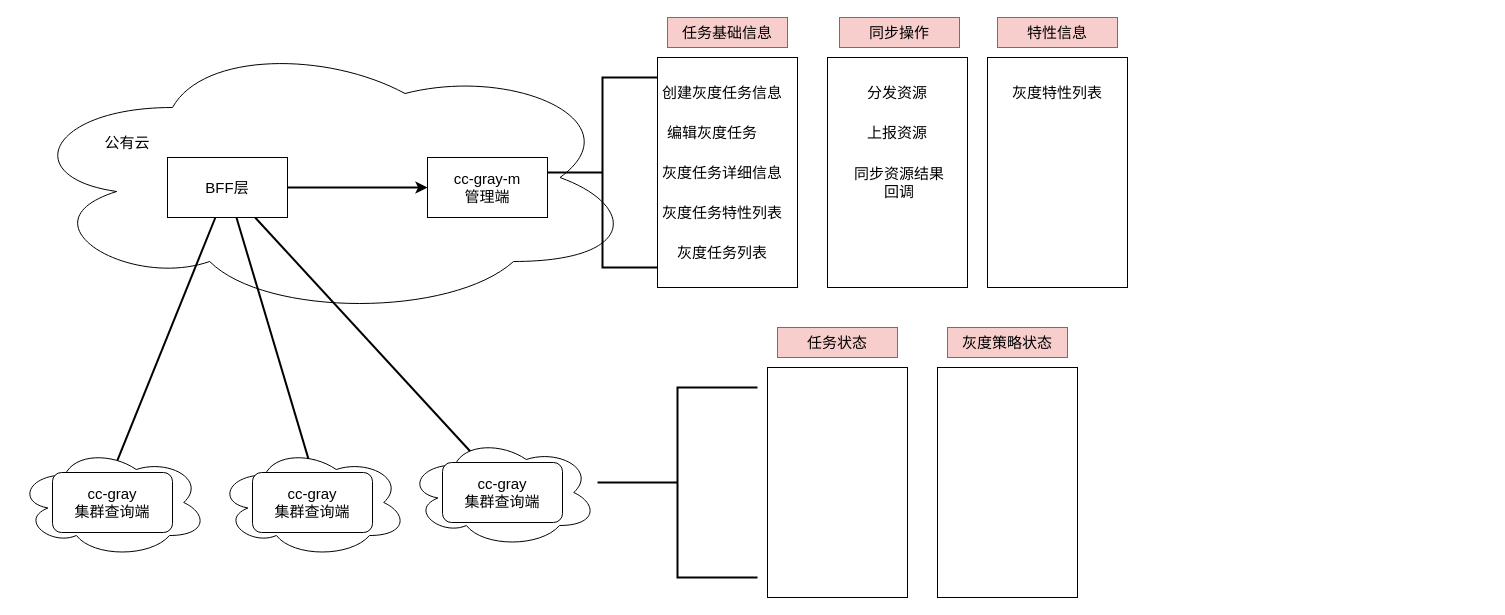
Before: page "第 4 页" (4 of 4) of 未命名绘图.drawio in Gip886/picture, a draw.io diagram. Source tidied: cells renumbered, new cells numbered last; positions are measured from the earlier drawing's top-left corner, leaving out a move shared by most shapes. Both pictures are drawn from the tidied source at 100%, with x=0, y=0 at pixel (17, 17).
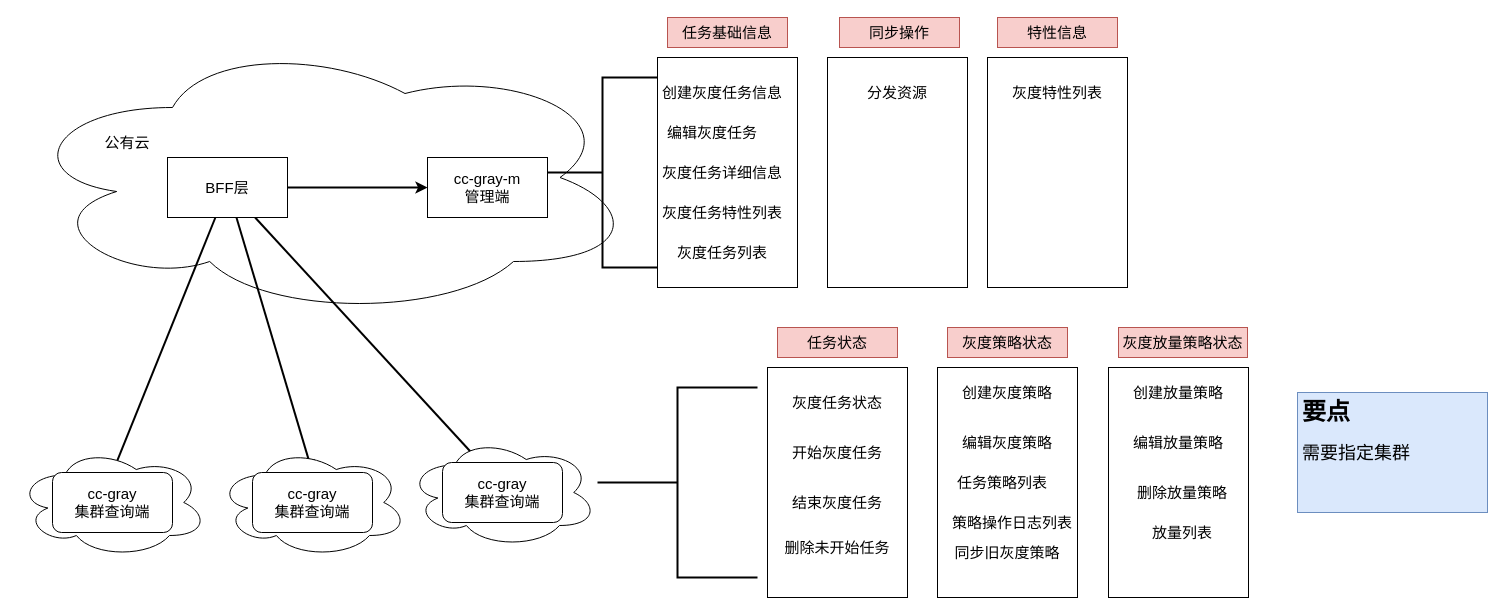
The same page after the edit.

Commit message:
更新未命名绘图.drawio

What changed in the source:
```diff
@@
-    <mxCell id="30" value="上报资源" style="text;html=1;strokeColor=none;fillColor=none;align=center;verticalAlign=middle;whiteSpace=wrap;rounded=0;fontSize=15;" parent="1" vertex="1">
-      <mxGeometry x="825" y="100" width="110" height="30" as="geometry" />
-    </mxCell>
-    <mxCell id="31" value="同步资源结果&lt;br&gt;回调" style="text;html=1;strokeColor=none;fillColor=none;align=center;verticalAlign=middle;whiteSpace=wrap;rounded=0;fontSize=15;" parent="1" vertex="1">
-      <mxGeometry x="817" y="150" width="130" height="30" as="geometry" />
-    </mxCell>
@@
+    <mxCell id="40" value="灰度任务状态" style="text;html=1;strokeColor=none;fillColor=none;align=center;verticalAlign=middle;whiteSpace=wrap;rounded=0;fontSize=15;" parent="1" vertex="1">
+      <mxGeometry x="755" y="370" width="130" height="30" as="geometry" />
+    </mxCell>
+    <mxCell id="41" value="开始灰度任务" style="text;html=1;strokeColor=none;fillColor=none;align=center;verticalAlign=middle;whiteSpace=wrap;rounded=0;fontSize=15;" parent="1" vertex="1">
+      <mxGeometry x="755" y="420" width="130" height="30" as="geometry" />
+    </mxCell>
+    <mxCell id="42" value="结束灰度任务" style="text;html=1;strokeColor=none;fillColor=none;align=center;verticalAlign=middle;whiteSpace=wrap;rounded=0;fontSize=15;" parent="1" vertex="1">
+      <mxGeometry x="755" y="470" width="130" height="30" as="geometry" />
+    </mxCell>
+    <mxCell id="43" value="删除未开始任务" style="text;html=1;strokeColor=none;fillColor=none;align=center;verticalAlign=middle;whiteSpace=wrap;rounded=0;fontSize=15;" parent="1" vertex="1">
+      <mxGeometry x="755" y="515" width="130" height="30" as="geometry" />
+    </mxCell>
+    <mxCell id="44" value="创建灰度策略" style="text;html=1;strokeColor=none;fillColor=none;align=center;verticalAlign=middle;whiteSpace=wrap;rounded=0;fontSize=15;" parent="1" vertex="1">
+      <mxGeometry x="925" y="360" width="130" height="30" as="geometry" />
+    </mxCell>
+    <mxCell id="45" value="编辑灰度策略" style="text;html=1;strokeColor=none;fillColor=none;align=center;verticalAlign=middle;whiteSpace=wrap;rounded=0;fontSize=15;" parent="1" vertex="1">
+      <mxGeometry x="925" y="410" width="130" height="30" as="geometry" />
+    </mxCell>
+    <mxCell id="46" value="任务策略列表" style="text;html=1;strokeColor=none;fillColor=none;align=center;verticalAlign=middle;whiteSpace=wrap;rounded=0;fontSize=15;" parent="1" vertex="1">
+      <mxGeometry x="920" y="450" width="130" height="30" as="geometry" />
+    </mxCell>
+    <mxCell id="47" value="策略操作日志列表" style="text;html=1;strokeColor=none;fillColor=none;align=center;verticalAlign=middle;whiteSpace=wrap;rounded=0;fontSize=15;" parent="1" vertex="1">
+      <mxGeometry x="930" y="490" width="130" height="30" as="geometry" />
+    </mxCell>
+    <mxCell id="48" value="同步旧灰度策略" style="text;html=1;strokeColor=none;fillColor=none;align=center;verticalAlign=middle;whiteSpace=wrap;rounded=0;fontSize=15;" parent="1" vertex="1">
+      <mxGeometry x="925" y="520" width="130" height="30" as="geometry" />
+    </mxCell>
+    <mxCell id="49" style="rounded=0;whiteSpace=wrap;html=1;fontSize=15;" parent="1" vertex="1">
+      <mxGeometry x="1091" y="350" width="140" height="230" as="geometry" />
+    </mxCell>
+    <mxCell id="50" value="灰度放量策略状态" style="text;html=1;strokeColor=#b85450;fillColor=#f8cecc;align=center;verticalAlign=middle;whiteSpace=wrap;rounded=0;fontSize=15;" parent="1" vertex="1">
+      <mxGeometry x="1101" y="310" width="129" height="30" as="geometry" />
+    </mxCell>
+    <mxCell id="51" value="创建放量策略" style="text;html=1;strokeColor=none;fillColor=none;align=center;verticalAlign=middle;whiteSpace=wrap;rounded=0;fontSize=15;" parent="1" vertex="1">
+      <mxGeometry x="1096" y="360" width="130" height="30" as="geometry" />
+    </mxCell>
+    <mxCell id="52" value="编辑放量策略" style="text;html=1;strokeColor=none;fillColor=none;align=center;verticalAlign=middle;whiteSpace=wrap;rounded=0;fontSize=15;" parent="1" vertex="1">
+      <mxGeometry x="1096" y="410" width="130" height="30" as="geometry" />
+    </mxCell>
+    <mxCell id="53" value="删除放量策略" style="text;html=1;strokeColor=none;fillColor=none;align=center;verticalAlign=middle;whiteSpace=wrap;rounded=0;fontSize=15;" parent="1" vertex="1">
+      <mxGeometry x="1100" y="460" width="130" height="30" as="geometry" />
+    </mxCell>
+    <mxCell id="54" value="放量列表" style="text;html=1;strokeColor=none;fillColor=none;align=center;verticalAlign=middle;whiteSpace=wrap;rounded=0;fontSize=15;" parent="1" vertex="1">
+      <mxGeometry x="1100" y="500" width="130" height="30" as="geometry" />
+    </mxCell>
+    <mxCell id="55" value="&lt;h1&gt;要点&lt;/h1&gt;&lt;p&gt;&lt;font style=&quot;font-size: 18px;&quot;&gt;需要指定集群&lt;/font&gt;&lt;/p&gt;" style="text;html=1;spacing=5;spacingTop=-20;whiteSpace=wrap;overflow=hidden;rounded=0;fillColor=#dae8fc;strokeColor=#6c8ebf;" parent="1" vertex="1">
+      <mxGeometry x="1280" y="375" width="190" height="120" as="geometry" />
+    </mxCell>
```
